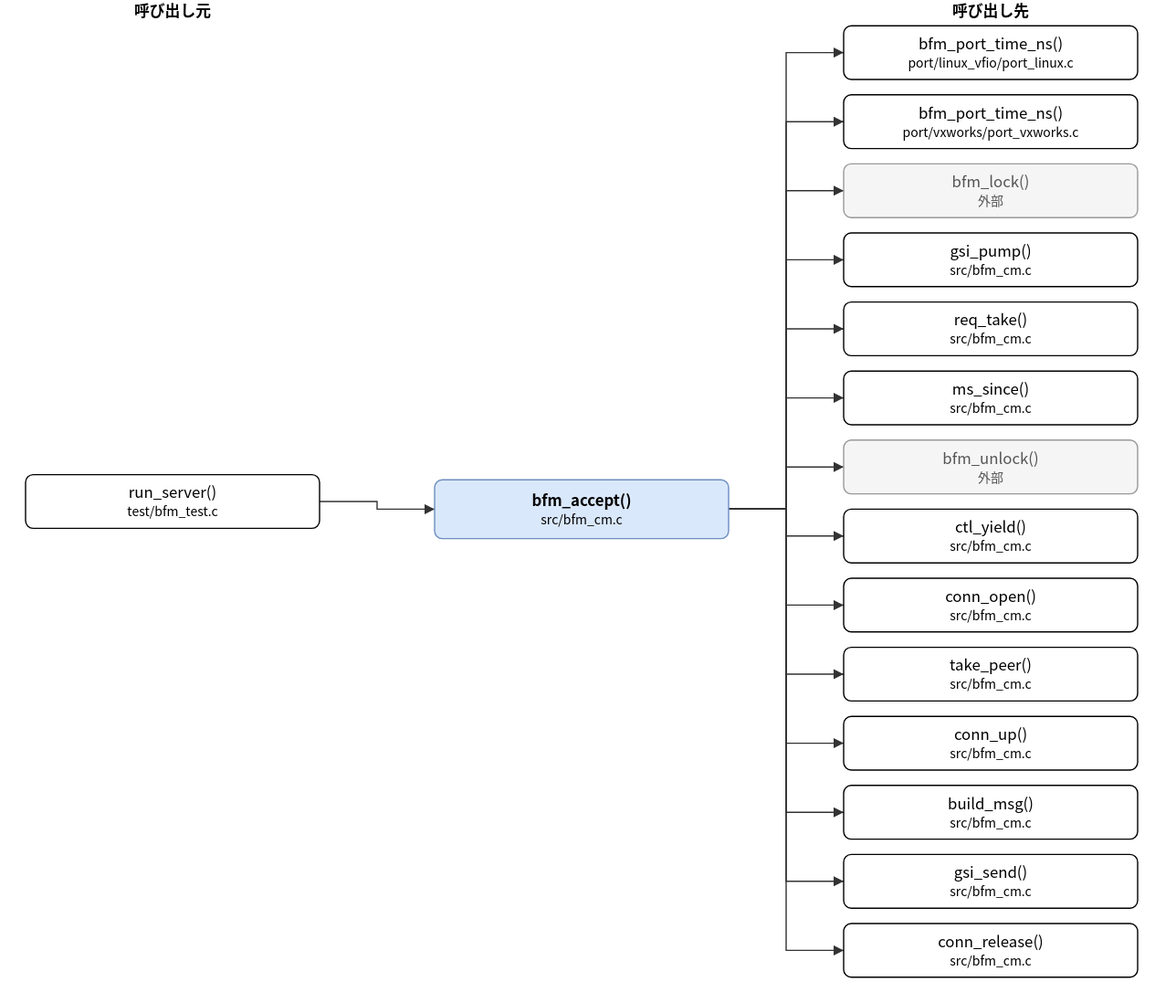
Earlier version of the draw.io export doc/spec/images/call_src_bfm_cm-bfm_accept.drawio.svg (hf355051012-ai/bfmem). Source tidied: cells renumbered, new cells last; positions are measured from the earlier drawing's top-left corner, leaving out a move shared by most shapes. The source it was exported from:
```xml
<mxGraphModel>
  <root>
    <mxCell id="0" />
    <mxCell id="1" parent="0" />
    <mxCell id="2" value="bfm_accept()&lt;br&gt;&lt;font style=&quot;font-size:10px&quot;&gt;src/bfm_cm.c&lt;/font&gt;" style="rounded=1;whiteSpace=wrap;html=1;fillColor=#dae8fc;strokeColor=#6c8ebf;fontStyle=1;" parent="1" vertex="1">
      <mxGeometry x="320" y="375" width="230" height="46" as="geometry" />
    </mxCell>
    <mxCell id="3" value="run_server()&lt;br&gt;&lt;font style=&quot;font-size:10px&quot;&gt;test/bfm_test.c&lt;/font&gt;" style="rounded=1;whiteSpace=wrap;html=1;" parent="1" vertex="1">
      <mxGeometry y="371" width="230" height="42" as="geometry" />
    </mxCell>
    <mxCell id="4" value="bfm_port_time_ns()&lt;br&gt;&lt;font style=&quot;font-size:10px&quot;&gt;port/linux_vfio/port_linux.c&lt;/font&gt;" style="rounded=1;whiteSpace=wrap;html=1;" parent="1" vertex="1">
      <mxGeometry x="640" y="20" width="230" height="42" as="geometry" />
    </mxCell>
    <mxCell id="5" value="bfm_port_time_ns()&lt;br&gt;&lt;font style=&quot;font-size:10px&quot;&gt;port/vxworks/port_vxworks.c&lt;/font&gt;" style="rounded=1;whiteSpace=wrap;html=1;" parent="1" vertex="1">
      <mxGeometry x="640" y="74" width="230" height="42" as="geometry" />
    </mxCell>
    <mxCell id="6" value="bfm_lock()&lt;br&gt;&lt;font style=&quot;font-size:10px&quot;&gt;外部&lt;/font&gt;" style="rounded=1;whiteSpace=wrap;html=1;fillColor=#f5f5f5;strokeColor=#999999;fontColor=#555555;" parent="1" vertex="1">
      <mxGeometry x="640" y="128" width="230" height="42" as="geometry" />
    </mxCell>
    <mxCell id="7" value="gsi_pump()&lt;br&gt;&lt;font style=&quot;font-size:10px&quot;&gt;src/bfm_cm.c&lt;/font&gt;" style="rounded=1;whiteSpace=wrap;html=1;" parent="1" vertex="1">
      <mxGeometry x="640" y="182" width="230" height="42" as="geometry" />
    </mxCell>
    <mxCell id="8" value="req_take()&lt;br&gt;&lt;font style=&quot;font-size:10px&quot;&gt;src/bfm_cm.c&lt;/font&gt;" style="rounded=1;whiteSpace=wrap;html=1;" parent="1" vertex="1">
      <mxGeometry x="640" y="236" width="230" height="42" as="geometry" />
    </mxCell>
    <mxCell id="9" value="ms_since()&lt;br&gt;&lt;font style=&quot;font-size:10px&quot;&gt;src/bfm_cm.c&lt;/font&gt;" style="rounded=1;whiteSpace=wrap;html=1;" parent="1" vertex="1">
      <mxGeometry x="640" y="290" width="230" height="42" as="geometry" />
    </mxCell>
    <mxCell id="10" value="bfm_unlock()&lt;br&gt;&lt;font style=&quot;font-size:10px&quot;&gt;外部&lt;/font&gt;" style="rounded=1;whiteSpace=wrap;html=1;fillColor=#f5f5f5;strokeColor=#999999;fontColor=#555555;" parent="1" vertex="1">
      <mxGeometry x="640" y="344" width="230" height="42" as="geometry" />
    </mxCell>
    <mxCell id="11" value="ctl_yield()&lt;br&gt;&lt;font style=&quot;font-size:10px&quot;&gt;src/bfm_cm.c&lt;/font&gt;" style="rounded=1;whiteSpace=wrap;html=1;" parent="1" vertex="1">
      <mxGeometry x="640" y="398" width="230" height="42" as="geometry" />
    </mxCell>
    <mxCell id="12" value="conn_open()&lt;br&gt;&lt;font style=&quot;font-size:10px&quot;&gt;src/bfm_cm.c&lt;/font&gt;" style="rounded=1;whiteSpace=wrap;html=1;" parent="1" vertex="1">
      <mxGeometry x="640" y="452" width="230" height="42" as="geometry" />
    </mxCell>
    <mxCell id="13" value="take_peer()&lt;br&gt;&lt;font style=&quot;font-size:10px&quot;&gt;src/bfm_cm.c&lt;/font&gt;" style="rounded=1;whiteSpace=wrap;html=1;" parent="1" vertex="1">
      <mxGeometry x="640" y="506" width="230" height="42" as="geometry" />
    </mxCell>
    <mxCell id="14" value="conn_up()&lt;br&gt;&lt;font style=&quot;font-size:10px&quot;&gt;src/bfm_cm.c&lt;/font&gt;" style="rounded=1;whiteSpace=wrap;html=1;" parent="1" vertex="1">
      <mxGeometry x="640" y="560" width="230" height="42" as="geometry" />
    </mxCell>
    <mxCell id="15" value="build_msg()&lt;br&gt;&lt;font style=&quot;font-size:10px&quot;&gt;src/bfm_cm.c&lt;/font&gt;" style="rounded=1;whiteSpace=wrap;html=1;" parent="1" vertex="1">
      <mxGeometry x="640" y="614" width="230" height="42" as="geometry" />
    </mxCell>
    <mxCell id="16" value="gsi_send()&lt;br&gt;&lt;font style=&quot;font-size:10px&quot;&gt;src/bfm_cm.c&lt;/font&gt;" style="rounded=1;whiteSpace=wrap;html=1;" parent="1" vertex="1">
      <mxGeometry x="640" y="668" width="230" height="42" as="geometry" />
    </mxCell>
    <mxCell id="17" value="conn_release()&lt;br&gt;&lt;font style=&quot;font-size:10px&quot;&gt;src/bfm_cm.c&lt;/font&gt;" style="rounded=1;whiteSpace=wrap;html=1;" parent="1" vertex="1">
      <mxGeometry x="640" y="722" width="230" height="42" as="geometry" />
    </mxCell>
    <mxCell id="18" style="edgeStyle=none;html=1;rounded=0;endArrow=block;endFill=1;exitX=1.0000;exitY=0.5000;exitDx=0;exitDy=0;exitPerimeter=0;entryX=0.0000;entryY=0.5000;entryDx=0;entryDy=0;entryPerimeter=0;" parent="1" edge="1" source="3" target="2">
      <mxGeometry relative="1" as="geometry">
        <Array as="points">
          <mxPoint x="275" y="392" />
          <mxPoint x="275" y="398" />
        </Array>
      </mxGeometry>
    </mxCell>
    <mxCell id="19" style="edgeStyle=none;html=1;rounded=0;endArrow=block;endFill=1;exitX=1.0000;exitY=0.5000;exitDx=0;exitDy=0;exitPerimeter=0;entryX=0.0000;entryY=0.5000;entryDx=0;entryDy=0;entryPerimeter=0;" parent="1" edge="1" source="2" target="4">
      <mxGeometry relative="1" as="geometry">
        <Array as="points">
          <mxPoint x="595" y="398" />
          <mxPoint x="595" y="41" />
        </Array>
      </mxGeometry>
    </mxCell>
    <mxCell id="20" style="edgeStyle=none;html=1;rounded=0;endArrow=block;endFill=1;exitX=1.0000;exitY=0.5000;exitDx=0;exitDy=0;exitPerimeter=0;entryX=0.0000;entryY=0.5000;entryDx=0;entryDy=0;entryPerimeter=0;" parent="1" edge="1" source="2" target="5">
      <mxGeometry relative="1" as="geometry">
        <Array as="points">
          <mxPoint x="595" y="398" />
          <mxPoint x="595" y="95" />
        </Array>
      </mxGeometry>
    </mxCell>
    <mxCell id="21" style="edgeStyle=none;html=1;rounded=0;endArrow=block;endFill=1;exitX=1.0000;exitY=0.5000;exitDx=0;exitDy=0;exitPerimeter=0;entryX=0.0000;entryY=0.5000;entryDx=0;entryDy=0;entryPerimeter=0;" parent="1" edge="1" source="2" target="6">
      <mxGeometry relative="1" as="geometry">
        <Array as="points">
          <mxPoint x="595" y="398" />
          <mxPoint x="595" y="149" />
        </Array>
      </mxGeometry>
    </mxCell>
    <mxCell id="22" style="edgeStyle=none;html=1;rounded=0;endArrow=block;endFill=1;exitX=1.0000;exitY=0.5000;exitDx=0;exitDy=0;exitPerimeter=0;entryX=0.0000;entryY=0.5000;entryDx=0;entryDy=0;entryPerimeter=0;" parent="1" edge="1" source="2" target="7">
      <mxGeometry relative="1" as="geometry">
        <Array as="points">
          <mxPoint x="595" y="398" />
          <mxPoint x="595" y="203" />
        </Array>
      </mxGeometry>
    </mxCell>
    <mxCell id="23" style="edgeStyle=none;html=1;rounded=0;endArrow=block;endFill=1;exitX=1.0000;exitY=0.5000;exitDx=0;exitDy=0;exitPerimeter=0;entryX=0.0000;entryY=0.5000;entryDx=0;entryDy=0;entryPerimeter=0;" parent="1" edge="1" source="2" target="8">
      <mxGeometry relative="1" as="geometry">
        <Array as="points">
          <mxPoint x="595" y="398" />
          <mxPoint x="595" y="257" />
        </Array>
      </mxGeometry>
    </mxCell>
    <mxCell id="24" style="edgeStyle=none;html=1;rounded=0;endArrow=block;endFill=1;exitX=1.0000;exitY=0.5000;exitDx=0;exitDy=0;exitPerimeter=0;entryX=0.0000;entryY=0.5000;entryDx=0;entryDy=0;entryPerimeter=0;" parent="1" edge="1" source="2" target="9">
      <mxGeometry relative="1" as="geometry">
        <Array as="points">
          <mxPoint x="595" y="398" />
          <mxPoint x="595" y="311" />
        </Array>
      </mxGeometry>
    </mxCell>
    <mxCell id="25" style="edgeStyle=none;html=1;rounded=0;endArrow=block;endFill=1;exitX=1.0000;exitY=0.5000;exitDx=0;exitDy=0;exitPerimeter=0;entryX=0.0000;entryY=0.5000;entryDx=0;entryDy=0;entryPerimeter=0;" parent="1" edge="1" source="2" target="10">
      <mxGeometry relative="1" as="geometry">
        <Array as="points">
          <mxPoint x="595" y="398" />
          <mxPoint x="595" y="365" />
        </Array>
      </mxGeometry>
    </mxCell>
    <mxCell id="26" style="edgeStyle=none;html=1;rounded=0;endArrow=block;endFill=1;exitX=1.0000;exitY=0.5000;exitDx=0;exitDy=0;exitPerimeter=0;entryX=0.0000;entryY=0.5000;entryDx=0;entryDy=0;entryPerimeter=0;" parent="1" edge="1" source="2" target="11">
      <mxGeometry relative="1" as="geometry">
        <Array as="points">
          <mxPoint x="595" y="398" />
          <mxPoint x="595" y="419" />
        </Array>
      </mxGeometry>
    </mxCell>
    <mxCell id="27" style="edgeStyle=none;html=1;rounded=0;endArrow=block;endFill=1;exitX=1.0000;exitY=0.5000;exitDx=0;exitDy=0;exitPerimeter=0;entryX=0.0000;entryY=0.5000;entryDx=0;entryDy=0;entryPerimeter=0;" parent="1" edge="1" source="2" target="12">
      <mxGeometry relative="1" as="geometry">
        <Array as="points">
          <mxPoint x="595" y="398" />
          <mxPoint x="595" y="473" />
        </Array>
      </mxGeometry>
    </mxCell>
    <mxCell id="28" style="edgeStyle=none;html=1;rounded=0;endArrow=block;endFill=1;exitX=1.0000;exitY=0.5000;exitDx=0;exitDy=0;exitPerimeter=0;entryX=0.0000;entryY=0.5000;entryDx=0;entryDy=0;entryPerimeter=0;" parent="1" edge="1" source="2" target="13">
      <mxGeometry relative="1" as="geometry">
        <Array as="points">
          <mxPoint x="595" y="398" />
          <mxPoint x="595" y="527" />
        </Array>
      </mxGeometry>
    </mxCell>
    <mxCell id="29" style="edgeStyle=none;html=1;rounded=0;endArrow=block;endFill=1;exitX=1.0000;exitY=0.5000;exitDx=0;exitDy=0;exitPerimeter=0;entryX=0.0000;entryY=0.5000;entryDx=0;entryDy=0;entryPerimeter=0;" parent="1" edge="1" source="2" target="14">
      <mxGeometry relative="1" as="geometry">
        <Array as="points">
          <mxPoint x="595" y="398" />
          <mxPoint x="595" y="581" />
        </Array>
      </mxGeometry>
    </mxCell>
    <mxCell id="30" style="edgeStyle=none;html=1;rounded=0;endArrow=block;endFill=1;exitX=1.0000;exitY=0.5000;exitDx=0;exitDy=0;exitPerimeter=0;entryX=0.0000;entryY=0.5000;entryDx=0;entryDy=0;entryPerimeter=0;" parent="1" edge="1" source="2" target="15">
      <mxGeometry relative="1" as="geometry">
        <Array as="points">
          <mxPoint x="595" y="398" />
          <mxPoint x="595" y="635" />
        </Array>
      </mxGeometry>
    </mxCell>
    <mxCell id="31" style="edgeStyle=none;html=1;rounded=0;endArrow=block;endFill=1;exitX=1.0000;exitY=0.5000;exitDx=0;exitDy=0;exitPerimeter=0;entryX=0.0000;entryY=0.5000;entryDx=0;entryDy=0;entryPerimeter=0;" parent="1" edge="1" source="2" target="16">
      <mxGeometry relative="1" as="geometry">
        <Array as="points">
          <mxPoint x="595" y="398" />
          <mxPoint x="595" y="689" />
        </Array>
      </mxGeometry>
    </mxCell>
    <mxCell id="32" style="edgeStyle=none;html=1;rounded=0;endArrow=block;endFill=1;exitX=1.0000;exitY=0.5000;exitDx=0;exitDy=0;exitPerimeter=0;entryX=0.0000;entryY=0.5000;entryDx=0;entryDy=0;entryPerimeter=0;" parent="1" edge="1" source="2" target="17">
      <mxGeometry relative="1" as="geometry">
        <Array as="points">
          <mxPoint x="595" y="398" />
          <mxPoint x="595" y="743" />
        </Array>
      </mxGeometry>
    </mxCell>
    <mxCell id="33" value="呼び出し元" style="text;html=1;align=center;fontStyle=1;" parent="1" vertex="1">
      <mxGeometry x="35" width="160" height="18" as="geometry" />
    </mxCell>
    <mxCell id="34" value="呼び出し先" style="text;html=1;align=center;fontStyle=1;" parent="1" vertex="1">
      <mxGeometry x="675" width="160" height="18" as="geometry" />
    </mxCell>
  </root>
</mxGraphModel>
```
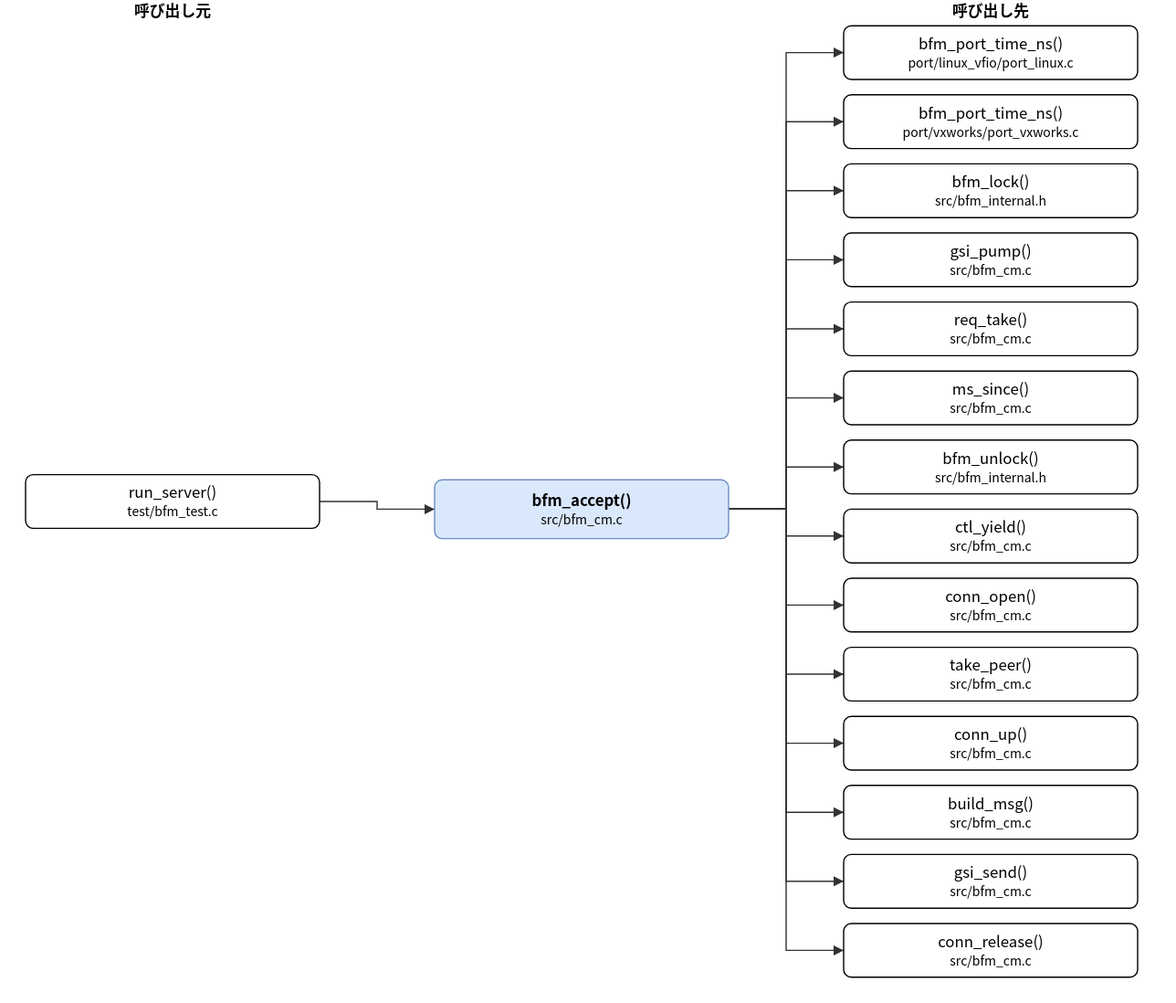
Later version of the same file.

What changed in the source:
```diff
@@ -14,7 +14,7 @@
     <mxCell id="5" value="bfm_port_time_ns()&lt;br&gt;&lt;font style=&quot;font-size:10px&quot;&gt;port/vxworks/port_vxworks.c&lt;/font&gt;" style="rounded=1;whiteSpace=wrap;html=1;" parent="1" vertex="1">
       <mxGeometry x="640" y="74" width="230" height="42" as="geometry" />
     </mxCell>
-    <mxCell id="6" value="bfm_lock()&lt;br&gt;&lt;font style=&quot;font-size:10px&quot;&gt;外部&lt;/font&gt;" style="rounded=1;whiteSpace=wrap;html=1;fillColor=#f5f5f5;strokeColor=#999999;fontColor=#555555;" parent="1" vertex="1">
+    <mxCell id="6" value="bfm_lock()&lt;br&gt;&lt;font style=&quot;font-size:10px&quot;&gt;src/bfm_internal.h&lt;/font&gt;" style="rounded=1;whiteSpace=wrap;html=1;" parent="1" vertex="1">
       <mxGeometry x="640" y="128" width="230" height="42" as="geometry" />
     </mxCell>
     <mxCell id="7" value="gsi_pump()&lt;br&gt;&lt;font style=&quot;font-size:10px&quot;&gt;src/bfm_cm.c&lt;/font&gt;" style="rounded=1;whiteSpace=wrap;html=1;" parent="1" vertex="1">
@@ -26,7 +26,7 @@
     <mxCell id="9" value="ms_since()&lt;br&gt;&lt;font style=&quot;font-size:10px&quot;&gt;src/bfm_cm.c&lt;/font&gt;" style="rounded=1;whiteSpace=wrap;html=1;" parent="1" vertex="1">
       <mxGeometry x="640" y="290" width="230" height="42" as="geometry" />
     </mxCell>
-    <mxCell id="10" value="bfm_unlock()&lt;br&gt;&lt;font style=&quot;font-size:10px&quot;&gt;外部&lt;/font&gt;" style="rounded=1;whiteSpace=wrap;html=1;fillColor=#f5f5f5;strokeColor=#999999;fontColor=#555555;" parent="1" vertex="1">
+    <mxCell id="10" value="bfm_unlock()&lt;br&gt;&lt;font style=&quot;font-size:10px&quot;&gt;src/bfm_internal.h&lt;/font&gt;" style="rounded=1;whiteSpace=wrap;html=1;" parent="1" vertex="1">
       <mxGeometry x="640" y="344" width="230" height="42" as="geometry" />
     </mxCell>
     <mxCell id="11" value="ctl_yield()&lt;br&gt;&lt;font style=&quot;font-size:10px&quot;&gt;src/bfm_cm.c&lt;/font&gt;" style="rounded=1;whiteSpace=wrap;html=1;" parent="1" vertex="1">
```
